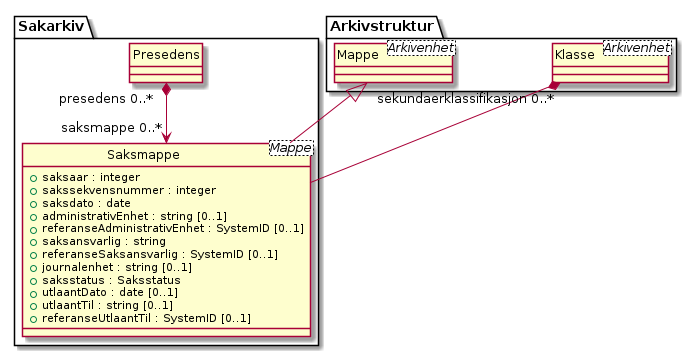
arkivverket/noark5-tjenestegrensesnitt-standard keeps this PlantUML diagram as kapitler/media/uml-class-saksmappe.png. Above is the earlier version.
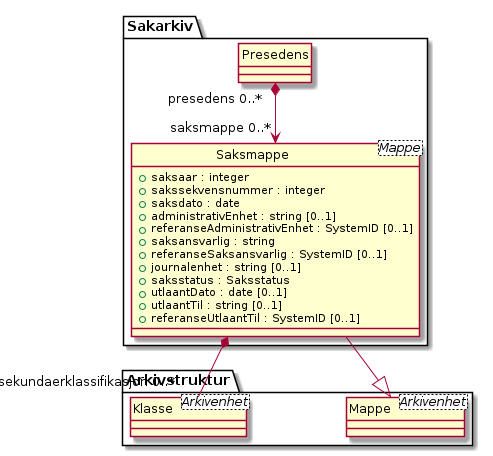
The same diagram one commit later.

What changed in the source:
```diff
@@ -15,13 +15,13 @@
   +utlaantTil : string [0..1]
   +referanseUtlaantTil : SystemID [0..1]
 }
-class Arkivstruktur.Klasse <Arkivenhet> {
-}
-Arkivstruktur.Klasse "sekundaerklassifikasjon 0..*" *-- Sakarkiv.Saksmappe
 class Arkivstruktur.Mappe <Arkivenhet> {
 }
 Arkivstruktur.Mappe <|-- Sakarkiv.Saksmappe
 class Sakarkiv.Presedens {
 }
 Sakarkiv.Presedens "presedens 0..*" *--> "saksmappe 0..*" Sakarkiv.Saksmappe
+class Arkivstruktur.Klasse <Arkivenhet> {
+}
+Sakarkiv.Saksmappe *-- "sekundaerklassifikasjon 0..*" Arkivstruktur.Klasse
 @enduml
```
